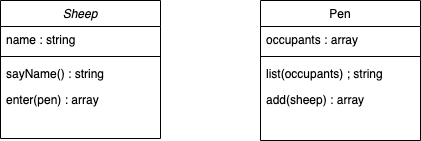
Above: week-5/encapsulation_with_constructor_and_prototype_pattern/shepherd.png in rjkviegas/skills-workshops (draw.io), before the change. Source tidied: cells renumbered, new cells last; positions are measured from the earlier drawing's top-left corner, leaving out a move shared by most shapes.
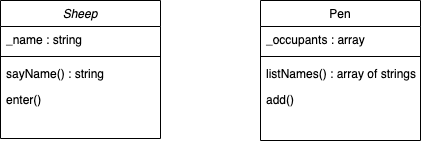
Later version of the same file.

Commit message:
updated class diagram and refactored code

Change to the diagram source:
```diff
@@ -5,7 +5,7 @@
     <mxCell id="2" value="Sheep" style="swimlane;fontStyle=2;align=center;verticalAlign=top;horizontal=1;startSize=26;rounded=0;shadow=0;strokeWidth=1;" parent="1" vertex="1">
       <mxGeometry width="160" height="138" as="geometry" />
     </mxCell>
-    <mxCell id="3" value="name : string" style="text;align=left;verticalAlign=top;spacingLeft=4;spacingRight=4;overflow=hidden;" parent="2" vertex="1">
+    <mxCell id="3" value="_name : string" style="text;align=left;verticalAlign=top;spacingLeft=4;spacingRight=4;overflow=hidden;" parent="2" vertex="1">
       <mxGeometry y="26" width="160" height="26" as="geometry" />
     </mxCell>
     <mxCell id="4" style="line;html=1;strokeWidth=1;align=left;verticalAlign=middle;spacingTop=-1;spacingLeft=3;spacingRight=3;labelPosition=right;" parent="2" vertex="1">
@@ -14,22 +14,22 @@
     <mxCell id="5" value="sayName() : string" style="text;align=left;verticalAlign=top;spacingLeft=4;spacingRight=4;overflow=hidden;rounded=0;shadow=0;html=0;" parent="2" vertex="1">
       <mxGeometry y="60" width="160" height="26" as="geometry" />
     </mxCell>
-    <mxCell id="6" value="enter(pen) : array" style="text;align=left;verticalAlign=top;spacingLeft=4;spacingRight=4;overflow=hidden;rounded=0;shadow=0;html=0;" parent="2" vertex="1">
+    <mxCell id="6" value="enter()" style="text;align=left;verticalAlign=top;spacingLeft=4;spacingRight=4;overflow=hidden;rounded=0;shadow=0;html=0;" parent="2" vertex="1">
       <mxGeometry y="86" width="160" height="26" as="geometry" />
     </mxCell>
     <mxCell id="7" value="Pen" style="swimlane;fontStyle=0;align=center;verticalAlign=top;horizontal=1;startSize=26;rounded=0;shadow=0;strokeWidth=1;" parent="1" vertex="1">
       <mxGeometry x="260" width="160" height="140" as="geometry" />
     </mxCell>
-    <mxCell id="8" value="occupants : array" style="text;align=left;verticalAlign=top;spacingLeft=4;spacingRight=4;overflow=hidden;" parent="7" vertex="1">
+    <mxCell id="8" value="_occupants : array" style="text;align=left;verticalAlign=top;spacingLeft=4;spacingRight=4;overflow=hidden;" parent="7" vertex="1">
       <mxGeometry y="26" width="160" height="26" as="geometry" />
     </mxCell>
     <mxCell id="9" style="line;html=1;strokeWidth=1;align=left;verticalAlign=middle;spacingTop=-1;spacingLeft=3;spacingRight=3;labelPosition=right;" parent="7" vertex="1">
       <mxGeometry y="52" width="160" height="8" as="geometry" />
     </mxCell>
-    <mxCell id="10" value="list(occupants) ; string" style="text;align=left;verticalAlign=top;spacingLeft=4;spacingRight=4;overflow=hidden;rounded=0;shadow=0;html=0;" parent="7" vertex="1">
-      <mxGeometry y="60" width="160" height="26" as="geometry" />
-    </mxCell>
+    <mxCell id="12" value="listNames() : array of strings" style="text;align=left;verticalAlign=top;spacingLeft=4;spacingRight=4;overflow=hidden;rounded=0;shadow=0;html=0;" parent="7" vertex="1">
+      <mxGeometry y="60" width="160" height="26" as="geometry" />
+    </mxCell>
-    <mxCell id="11" value="add(sheep) : array" style="text;align=left;verticalAlign=top;spacingLeft=4;spacingRight=4;overflow=hidden;rounded=0;shadow=0;html=0;" parent="7" vertex="1">
+    <mxCell id="11" value="add() " style="text;align=left;verticalAlign=top;spacingLeft=4;spacingRight=4;overflow=hidden;rounded=0;shadow=0;html=0;" parent="7" vertex="1">
       <mxGeometry y="86" width="160" height="26" as="geometry" />
     </mxCell>
   </root>
```
